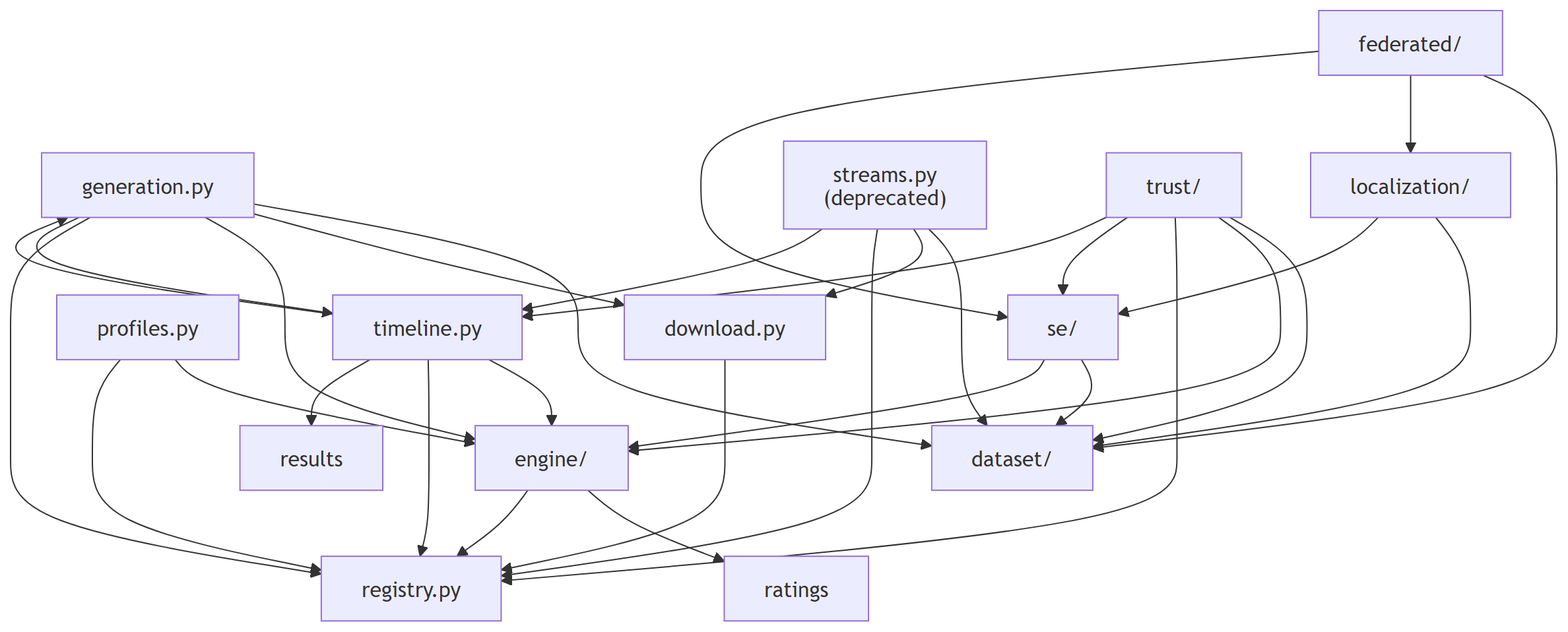
myersben9/fdia-graph keeps this Mermaid diagram as docs/figures/diagrams/modules.png. Above is the earlier version. Its source is kept beside it as docs/figures/diagrams/modules.mmd.
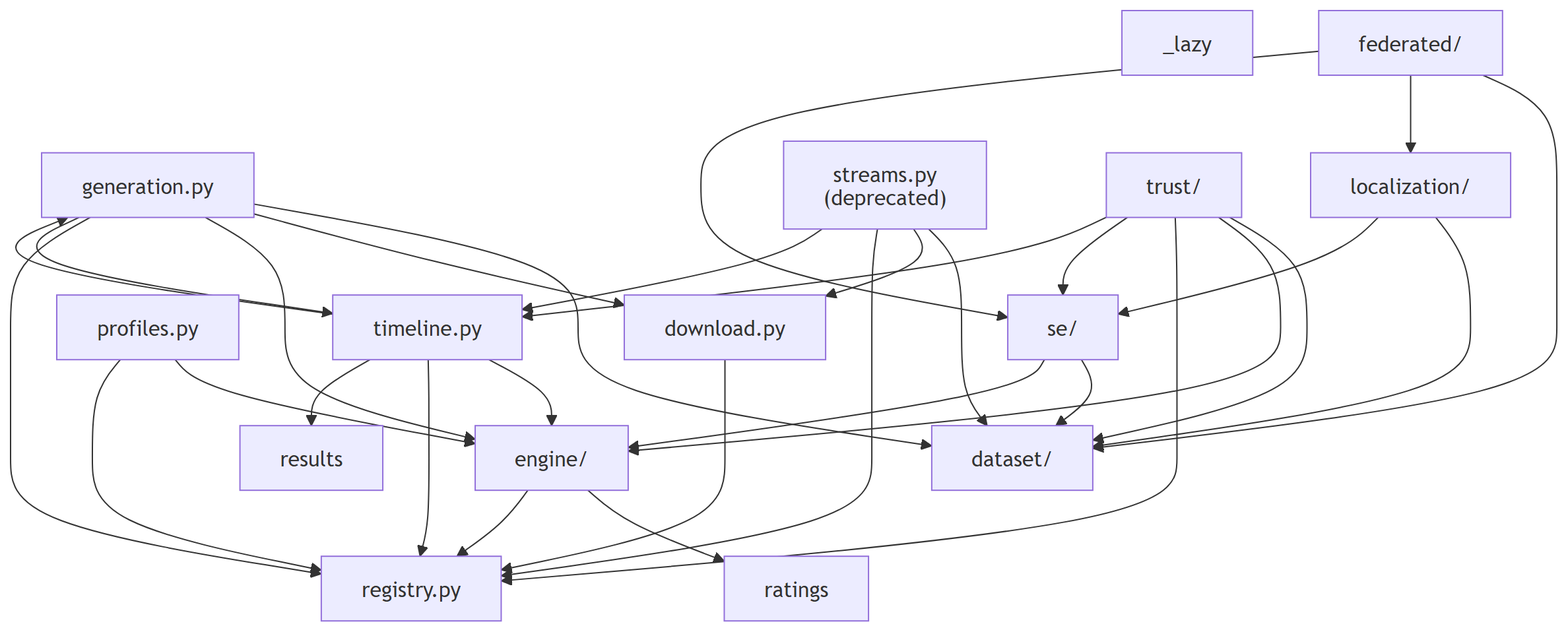
Later version of the same file.

Change to the diagram source:
```diff
@@ -1,4 +1,5 @@
 flowchart TB
+    _lazy["_lazy"]
     dataset["dataset/"]
     download["download.py"]
     engine["engine/"]
```
